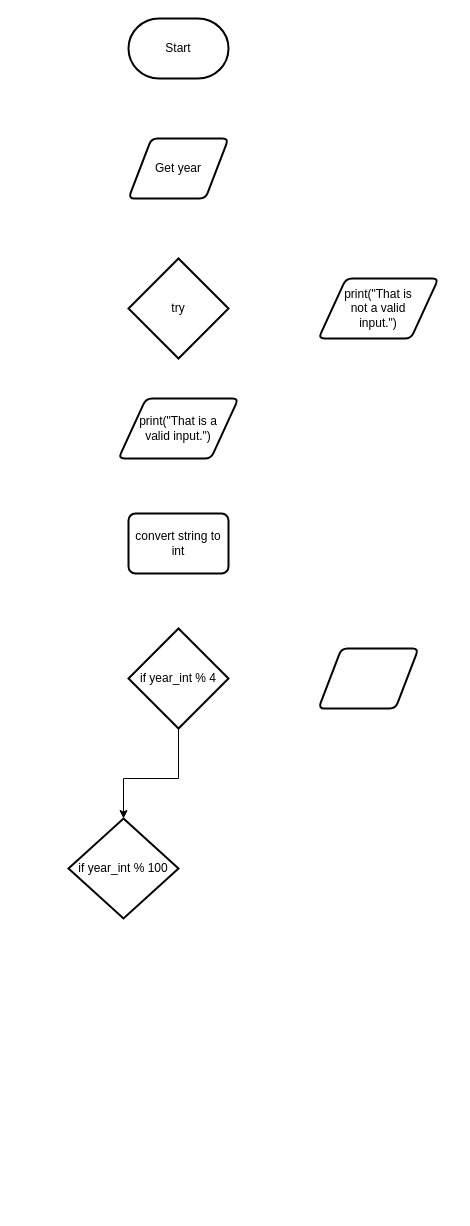
The draw.io diagram designs/flowchart.drawio in KaitlynIp64/ICS3UR-Unit-3-08-Python, before the edit. Source tidied: cells renumbered, new cells numbered last; positions are measured from the earlier drawing's top-left corner, leaving out a move shared by most shapes. Both pictures are drawn from the tidied source at 100%, with x=0, y=0 at pixel (68, 18).
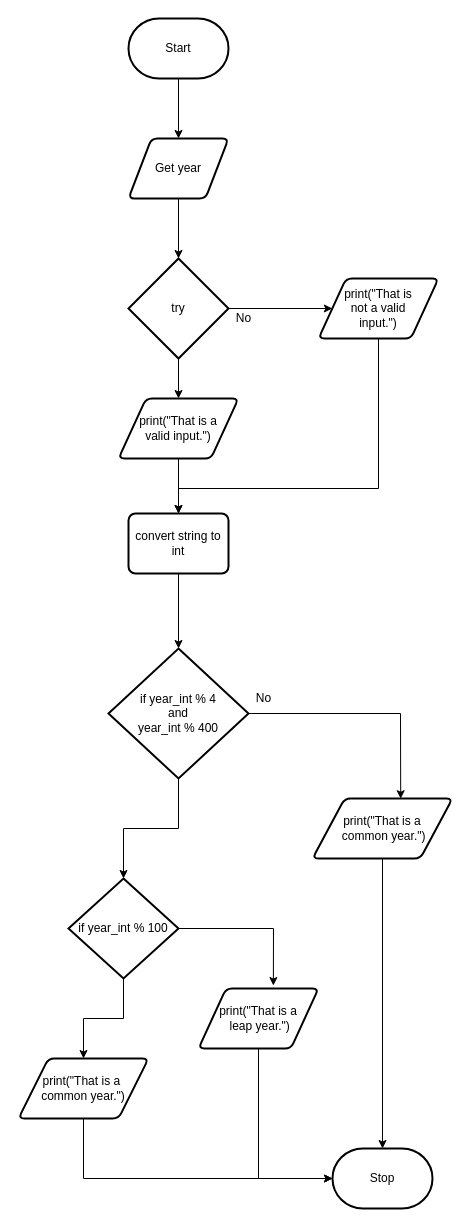
Above is the later version.

The change refers to these unchanged cells:
```xml
<mxCell id="2" value="Start" style="strokeWidth=2;html=1;shape=mxgraph.flowchart.terminator;whiteSpace=wrap;" parent="1" vertex="1">
  <mxGeometry x="60" width="100" height="60" as="geometry" />
</mxCell>
<mxCell id="3" value="Get year" style="shape=parallelogram;html=1;strokeWidth=2;perimeter=parallelogramPerimeter;whiteSpace=wrap;rounded=1;arcSize=12;size=0.23;" parent="1" vertex="1">
  <mxGeometry x="60" y="120" width="100" height="60" as="geometry" />
</mxCell>
<mxCell id="4" value="try" style="strokeWidth=2;html=1;shape=mxgraph.flowchart.decision;whiteSpace=wrap;" parent="1" vertex="1">
  <mxGeometry x="60" y="240" width="100" height="100" as="geometry" />
</mxCell>
<mxCell id="5" value="print(&quot;That is a &lt;br&gt;valid input.&quot;)" style="shape=parallelogram;html=1;strokeWidth=2;perimeter=parallelogramPerimeter;whiteSpace=wrap;rounded=1;arcSize=12;size=0.23;" parent="1" vertex="1">
  <mxGeometry x="50" y="380" width="120" height="60" as="geometry" />
</mxCell>
<mxCell id="6" value="print(&quot;That is &lt;br&gt;not a valid &lt;br&gt;input.&quot;)" style="shape=parallelogram;html=1;strokeWidth=2;perimeter=parallelogramPerimeter;whiteSpace=wrap;rounded=1;arcSize=12;size=0.23;" parent="1" vertex="1">
  <mxGeometry x="250" y="260" width="120" height="60" as="geometry" />
</mxCell>
<mxCell id="7" value="convert string to int" style="rounded=1;whiteSpace=wrap;html=1;absoluteArcSize=1;arcSize=14;strokeWidth=2;" parent="1" vertex="1">
  <mxGeometry x="60" y="495" width="100" height="60" as="geometry" />
</mxCell>
```

What changed in the source:
```diff
@@
+    <mxCell id="12" style="edgeStyle=none;rounded=0;html=1;entryX=0.5;entryY=0;entryDx=0;entryDy=0;" parent="1" edge="1" source="2" target="3">
+      <mxGeometry relative="1" as="geometry" />
+    </mxCell>
@@
+    <mxCell id="13" style="edgeStyle=none;rounded=0;html=1;entryX=0.5;entryY=0;entryDx=0;entryDy=0;entryPerimeter=0;" parent="1" edge="1" source="3" target="4">
+      <mxGeometry relative="1" as="geometry" />
+    </mxCell>
@@
+    <mxCell id="14" style="edgeStyle=none;rounded=0;html=1;entryX=0.5;entryY=0;entryDx=0;entryDy=0;" parent="1" edge="1" source="4" target="5">
+      <mxGeometry relative="1" as="geometry" />
+    </mxCell>
+    <mxCell id="15" style="edgeStyle=none;rounded=0;html=1;exitX=1;exitY=0.5;exitDx=0;exitDy=0;exitPerimeter=0;entryX=0;entryY=0.5;entryDx=0;entryDy=0;" parent="1" edge="1" source="4" target="6">
+      <mxGeometry relative="1" as="geometry" />
+    </mxCell>
@@
+    <mxCell id="16" style="edgeStyle=none;rounded=0;html=1;entryX=0.5;entryY=0;entryDx=0;entryDy=0;" parent="1" edge="1" source="5" target="7">
+      <mxGeometry relative="1" as="geometry" />
+    </mxCell>
@@
+    <mxCell id="17" style="edgeStyle=none;rounded=0;html=1;entryX=0.5;entryY=0;entryDx=0;entryDy=0;" parent="1" edge="1" source="6" target="7">
+      <mxGeometry relative="1" as="geometry">
+        <Array as="points">
+          <mxPoint x="310" y="470" />
+          <mxPoint x="110" y="470" />
+        </Array>
+      </mxGeometry>
+    </mxCell>
@@
+    <mxCell id="18" style="edgeStyle=none;rounded=0;html=1;entryX=0.5;entryY=0;entryDx=0;entryDy=0;entryPerimeter=0;" parent="1" edge="1" source="7" target="9">
+      <mxGeometry relative="1" as="geometry" />
+    </mxCell>
@@
     <mxCell id="8" style="edgeStyle=none;html=1;entryX=0.5;entryY=0;entryDx=0;entryDy=0;entryPerimeter=0;rounded=0;" parent="1" edge="1" source="9" target="10">
       <mxGeometry relative="1" as="geometry">
         <Array as="points">
           <mxPoint x="110" y="760" />
-          <mxPoint x="55" y="760" />
+          <mxPoint x="110" y="810" />
+          <mxPoint x="55" y="810" />
         </Array>
       </mxGeometry>
     </mxCell>
+    <mxCell id="19" style="edgeStyle=none;rounded=0;html=1;entryX=0.63;entryY=0.004;entryDx=0;entryDy=0;entryPerimeter=0;" parent="1" edge="1" source="9" target="11">
+      <mxGeometry relative="1" as="geometry">
+        <Array as="points">
+          <mxPoint x="332" y="695" />
+        </Array>
+      </mxGeometry>
+    </mxCell>
-    <mxCell id="9" value="if year_int % 4" style="strokeWidth=2;html=1;shape=mxgraph.flowchart.decision;whiteSpace=wrap;" parent="1" vertex="1">
-      <mxGeometry x="60" y="610" width="100" height="100" as="geometry" />
+    <mxCell id="9" value="if year_int % 4 &lt;br&gt;and &lt;br&gt;year_int % 400" style="strokeWidth=2;html=1;shape=mxgraph.flowchart.decision;whiteSpace=wrap;" parent="1" vertex="1">
+      <mxGeometry x="40" y="630" width="140" height="130" as="geometry" />
     </mxCell>
+    <mxCell id="20" style="edgeStyle=none;rounded=0;html=1;entryX=0.624;entryY=-0.049;entryDx=0;entryDy=0;entryPerimeter=0;" parent="1" edge="1" source="10" target="24">
+      <mxGeometry relative="1" as="geometry">
+        <Array as="points">
+          <mxPoint x="205" y="910" />
+        </Array>
+      </mxGeometry>
+    </mxCell>
+    <mxCell id="21" style="edgeStyle=none;rounded=0;html=1;" parent="1" edge="1" source="10" target="26">
+      <mxGeometry relative="1" as="geometry">
+        <Array as="points">
+          <mxPoint x="55" y="1000" />
+          <mxPoint x="15" y="1000" />
+        </Array>
+      </mxGeometry>
+    </mxCell>
     <mxCell id="10" value="if year_int % 100" style="strokeWidth=2;html=1;shape=mxgraph.flowchart.decision;whiteSpace=wrap;" parent="1" vertex="1">
-      <mxGeometry y="800" width="110" height="100" as="geometry" />
+      <mxGeometry y="860" width="110" height="100" as="geometry" />
     </mxCell>
+    <mxCell id="22" style="edgeStyle=none;rounded=0;html=1;" parent="1" edge="1" source="11" target="27">
+      <mxGeometry relative="1" as="geometry" />
+    </mxCell>
-    <mxCell id="11" style="shape=parallelogram;html=1;strokeWidth=2;perimeter=parallelogramPerimeter;whiteSpace=wrap;rounded=1;arcSize=12;size=0.23;" parent="1" vertex="1">
-      <mxGeometry x="250" y="630" width="100" height="60" as="geometry" />
+    <mxCell id="11" value="print(&quot;That is a&lt;br&gt;&amp;nbsp;common year.&quot;)" style="shape=parallelogram;html=1;strokeWidth=2;perimeter=parallelogramPerimeter;whiteSpace=wrap;rounded=1;arcSize=12;size=0.23;" parent="1" vertex="1">
+      <mxGeometry x="244" y="780" width="140" height="60" as="geometry" />
     </mxCell>
+    <mxCell id="23" style="edgeStyle=none;rounded=0;html=1;entryX=0;entryY=0.5;entryDx=0;entryDy=0;entryPerimeter=0;" parent="1" edge="1" source="24" target="27">
+      <mxGeometry relative="1" as="geometry">
+        <Array as="points">
+          <mxPoint x="190" y="1160" />
+        </Array>
+      </mxGeometry>
+    </mxCell>
+    <mxCell id="24" value="print(&quot;That is a&lt;br&gt;&amp;nbsp;leap year.&quot;)" style="shape=parallelogram;html=1;strokeWidth=2;perimeter=parallelogramPerimeter;whiteSpace=wrap;rounded=1;arcSize=12;size=0.23;" parent="1" vertex="1">
+      <mxGeometry x="130" y="970" width="120" height="60" as="geometry" />
+    </mxCell>
+    <mxCell id="25" style="edgeStyle=none;rounded=0;html=1;entryX=0;entryY=0.5;entryDx=0;entryDy=0;entryPerimeter=0;" parent="1" edge="1" source="26" target="27">
+      <mxGeometry relative="1" as="geometry">
+        <Array as="points">
+          <mxPoint x="15" y="1160" />
+        </Array>
+      </mxGeometry>
+    </mxCell>
+    <mxCell id="26" value="print(&quot;That is a&amp;nbsp;&lt;br&gt;common year.&quot;)" style="shape=parallelogram;html=1;strokeWidth=2;perimeter=parallelogramPerimeter;whiteSpace=wrap;rounded=1;arcSize=12;size=0.23;" parent="1" vertex="1">
+      <mxGeometry x="-50" y="1040" width="130" height="60" as="geometry" />
+    </mxCell>
+    <mxCell id="27" value="Stop" style="strokeWidth=2;html=1;shape=mxgraph.flowchart.terminator;whiteSpace=wrap;" parent="1" vertex="1">
+      <mxGeometry x="264" y="1130" width="100" height="60" as="geometry" />
+    </mxCell>
+    <mxCell id="28" value="No" style="text;html=1;align=center;verticalAlign=middle;strokeColor=none;fillColor=none;" parent="1" vertex="1">
+      <mxGeometry x="160" y="290" width="30" height="20" as="geometry" />
+    </mxCell>
+    <mxCell id="29" value="No" style="text;html=1;align=center;verticalAlign=middle;strokeColor=none;fillColor=none;" parent="1" vertex="1">
+      <mxGeometry x="180" y="670" width="30" height="20" as="geometry" />
+    </mxCell>
```
